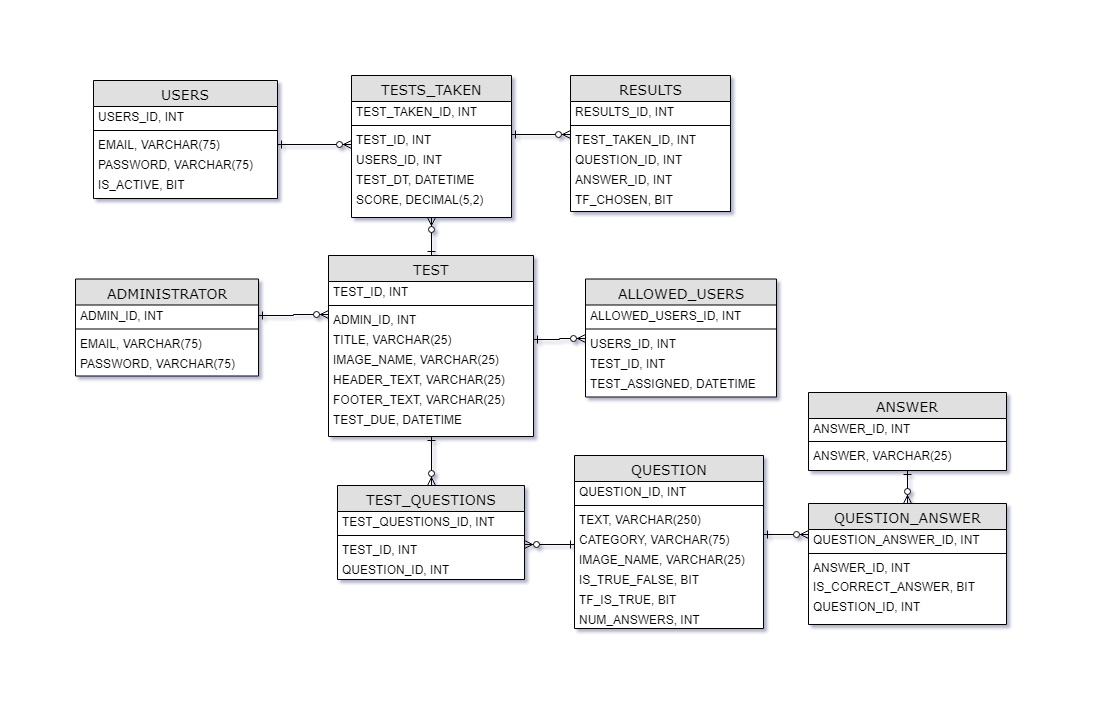
The draw.io diagram project-logistics/er-diagram.png in lprescott/QuizServe, before a commit. Source tidied: cells renumbered, new cells last; positions are measured from the earlier drawing's top-left corner, leaving out a move shared by most shapes.
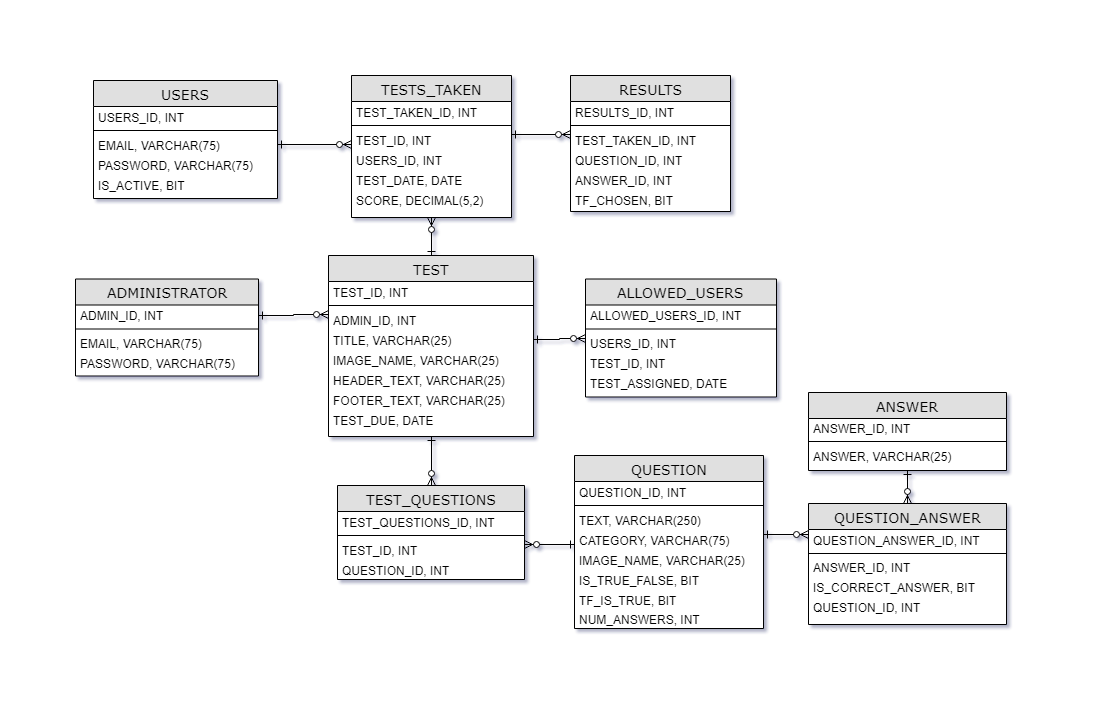
The same file after the commit.

Commit message:
Bug fixes and updated er diagram

Diff of the diagram source:
```diff
@@ -62,7 +62,7 @@
     <mxCell id="21" value="FOOTER_TEXT, VARCHAR(25)" style="text;html=1;strokeColor=none;fillColor=none;align=left;verticalAlign=middle;whiteSpace=wrap;rounded=0;spacingLeft=0;spacingTop=0;spacing=5;" parent="14" vertex="1">
       <mxGeometry y="134" width="205" height="20" as="geometry" />
     </mxCell>
-    <mxCell id="22" value="TEST_DUE, DATETIME" style="text;html=1;strokeColor=none;fillColor=none;align=left;verticalAlign=middle;whiteSpace=wrap;rounded=0;spacingLeft=0;spacingTop=0;spacing=5;" parent="14" vertex="1">
+    <mxCell id="22" value="TEST_DUE, DATE" style="text;html=1;strokeColor=none;fillColor=none;align=left;verticalAlign=middle;whiteSpace=wrap;rounded=0;spacingLeft=0;spacingTop=0;spacing=5;" parent="14" vertex="1">
       <mxGeometry y="154" width="205" height="20" as="geometry" />
     </mxCell>
     <mxCell id="23" value="QUESTION" style="swimlane;html=1;fontStyle=0;horizontal=1;startSize=26;fillColor=#e0e0e0;swimlaneFillColor=#ffffff;align=center;rounded=0;shadow=0;comic=0;labelBackgroundColor=none;strokeColor=#000000;strokeWidth=1;fontFamily=Verdana;fontSize=14;fontColor=#000000;spacingTop=0;spacingLeft=0;" parent="1" vertex="1">
@@ -158,7 +158,7 @@
     <mxCell id="53" value="USERS_ID, INT" style="text;html=1;strokeColor=none;fillColor=none;align=left;verticalAlign=middle;whiteSpace=wrap;rounded=0;spacingLeft=0;spacingTop=0;spacing=5;" parent="49" vertex="1">
       <mxGeometry y="74" width="160" height="20" as="geometry" />
     </mxCell>
-    <mxCell id="54" value="TEST_DT, DATETIME" style="text;html=1;strokeColor=none;fillColor=none;align=left;verticalAlign=middle;whiteSpace=wrap;rounded=0;spacingLeft=0;spacingTop=0;spacing=5;" parent="49" vertex="1">
+    <mxCell id="54" value="TEST_DATE, DATE" style="text;html=1;strokeColor=none;fillColor=none;align=left;verticalAlign=middle;whiteSpace=wrap;rounded=0;spacingLeft=0;spacingTop=0;spacing=5;" parent="49" vertex="1">
       <mxGeometry y="94" width="160" height="20" as="geometry" />
     </mxCell>
     <mxCell id="55" value="SCORE,&amp;nbsp;&lt;span&gt;DECIMAL&lt;/span&gt;&lt;span&gt;(&lt;/span&gt;&lt;span&gt;5&lt;/span&gt;&lt;span&gt;,&lt;/span&gt;&lt;span&gt;2&lt;/span&gt;&lt;span&gt;)&lt;/span&gt;" style="text;html=1;strokeColor=none;fillColor=none;align=left;verticalAlign=middle;whiteSpace=wrap;rounded=0;spacingLeft=0;spacingTop=0;spacing=5;" parent="49" vertex="1">
@@ -191,7 +191,7 @@
     <mxCell id="64" value="TEST_ID, INT" style="text;html=1;strokeColor=none;fillColor=none;align=left;verticalAlign=middle;whiteSpace=wrap;rounded=0;spacingLeft=0;spacingTop=0;spacing=5;" parent="60" vertex="1">
       <mxGeometry y="74" width="191" height="20" as="geometry" />
     </mxCell>
-    <mxCell id="65" value="TEST_ASSIGNED, DATETIME" style="text;html=1;strokeColor=none;fillColor=none;align=left;verticalAlign=middle;whiteSpace=wrap;rounded=0;spacingLeft=0;spacingTop=0;spacing=5;" parent="60" vertex="1">
+    <mxCell id="65" value="TEST_ASSIGNED, DATE" style="text;html=1;strokeColor=none;fillColor=none;align=left;verticalAlign=middle;whiteSpace=wrap;rounded=0;spacingLeft=0;spacingTop=0;spacing=5;" parent="60" vertex="1">
       <mxGeometry y="94" width="191" height="20" as="geometry" />
     </mxCell>
     <mxCell id="66" style="edgeStyle=orthogonalEdgeStyle;rounded=0;jettySize=auto;html=1;exitX=0;exitY=0.25;exitDx=0;exitDy=0;entryX=1;entryY=0.5;entryDx=0;entryDy=0;startArrow=ERzeroToMany;startFill=1;endArrow=ERone;endFill=0;" parent="1" edge="1" source="63" target="18">
```
